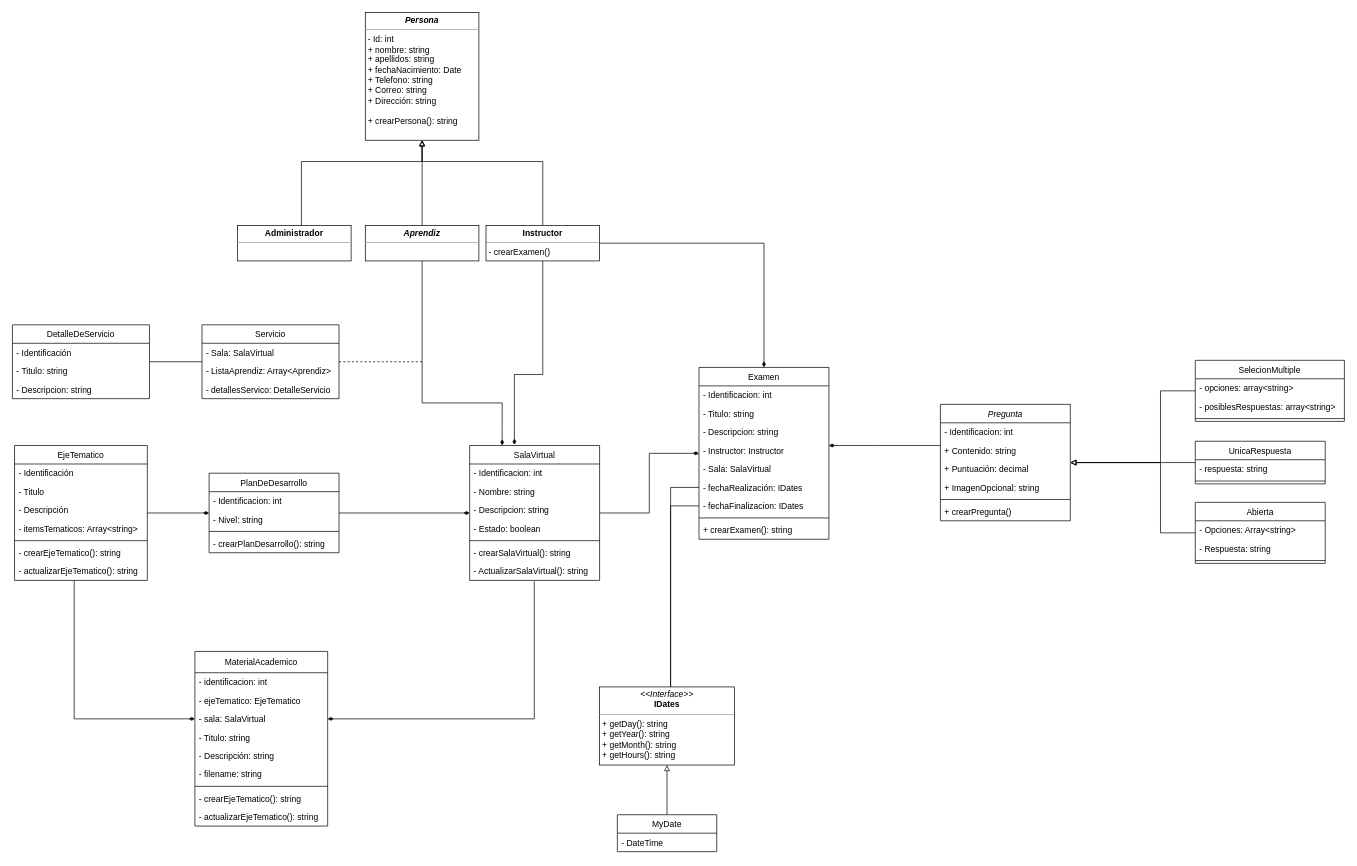
Earlier version of the draw.io diagram StarDriver.domain.core/ddd-diagram.dio (Roybermahe/StarDriver). Source tidied: cells renumbered, new cells numbered last; positions are measured from the earlier drawing's top-left corner, leaving out a move shared by most shapes. Both pictures are drawn from the tidied source at 71%, with x=0, y=0 at pixel (12, 12).
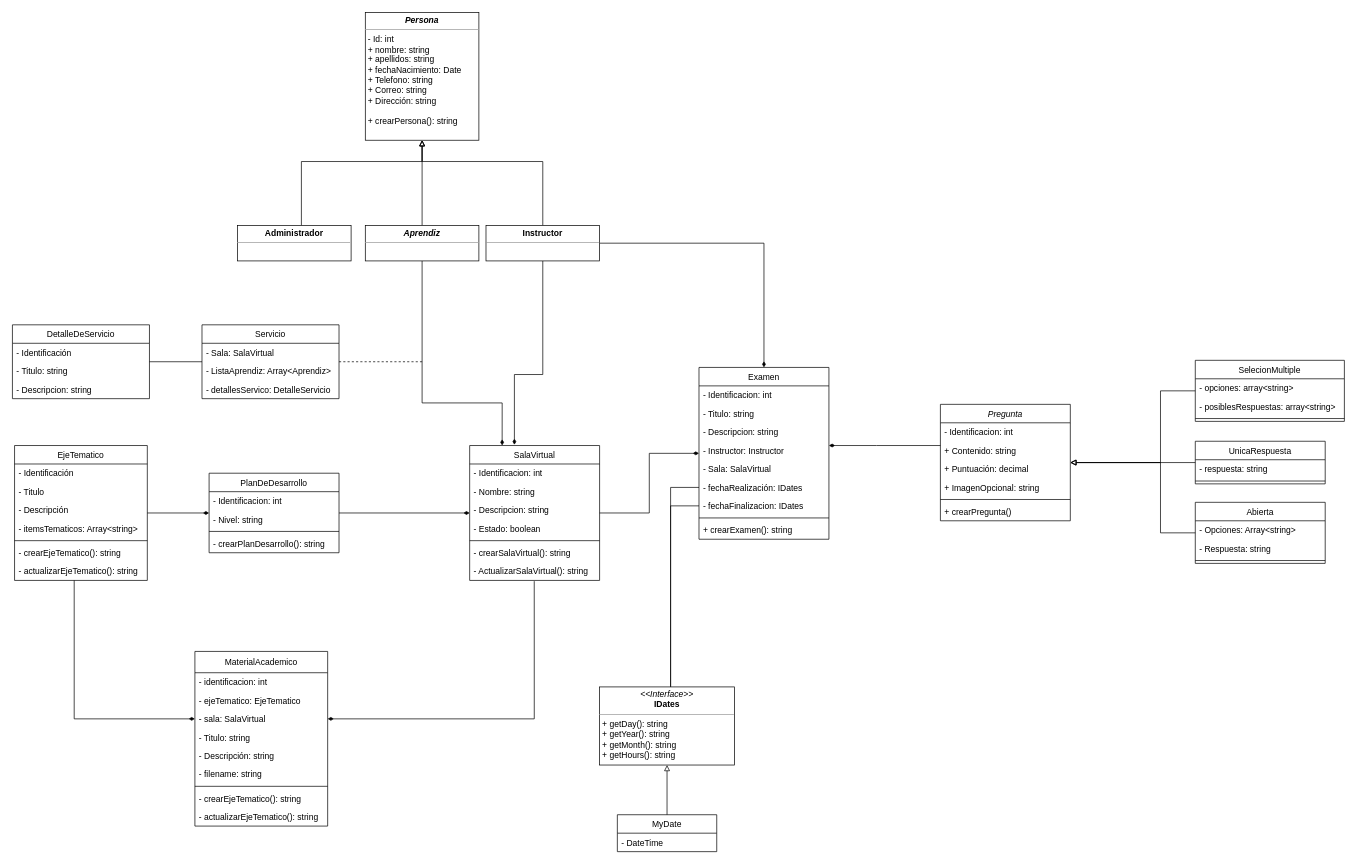
Above is the later version.

Diff of the diagram source:
```diff
@@
-    <mxCell id="8" value="&lt;p style=&quot;margin: 0px ; margin-top: 4px ; text-align: center&quot;&gt;&lt;b&gt;Instructor&lt;/b&gt;&lt;/p&gt;&lt;hr size=&quot;1&quot;&gt;&lt;p style=&quot;box-sizing: content-box ; margin: 4px 0px 0px ; padding: 0px ; text-align: center&quot;&gt;&lt;/p&gt;&lt;p style=&quot;box-sizing: content-box ; margin: 0px 0px 0px 4px ; padding: 0px&quot;&gt;- crearExamen()&lt;/p&gt;" style="verticalAlign=top;align=left;overflow=fill;fontSize=12;fontFamily=Helvetica;html=1;" parent="1" vertex="1">
+    <mxCell id="8" value="&lt;p style=&quot;margin: 0px ; margin-top: 4px ; text-align: center&quot;&gt;&lt;b&gt;Instructor&lt;/b&gt;&lt;/p&gt;&lt;hr size=&quot;1&quot;&gt;&lt;p style=&quot;box-sizing: content-box ; margin: 4px 0px 0px ; padding: 0px ; text-align: center&quot;&gt;&lt;/p&gt;&lt;p style=&quot;box-sizing: content-box ; margin: 0px 0px 0px 4px ; padding: 0px&quot;&gt;&lt;br&gt;&lt;/p&gt;" style="verticalAlign=top;align=left;overflow=fill;fontSize=12;fontFamily=Helvetica;html=1;" parent="1" vertex="1">
       <mxGeometry x="667" y="300" width="160" height="50" as="geometry" />
     </mxCell>
```
